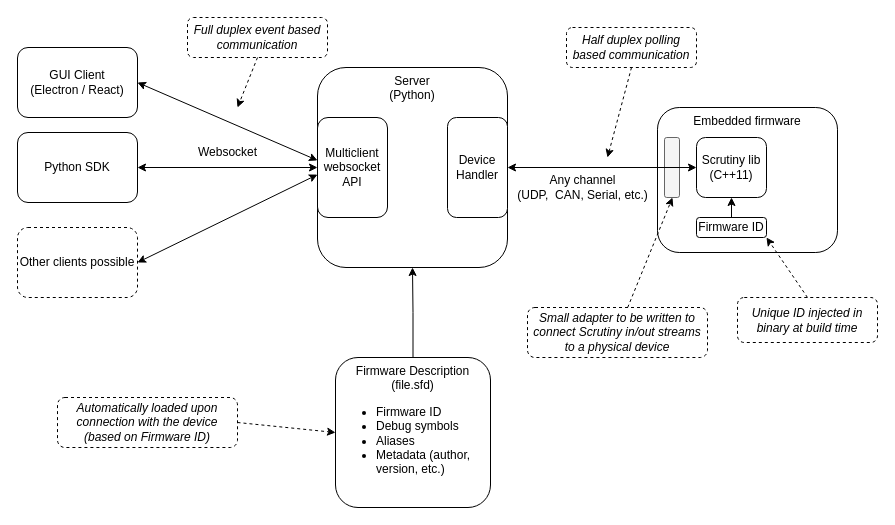
Before: assets/drawio/global_achitecture.drawio in scrutinydebugger/scrutiny-website, a draw.io diagram. Source tidied: cells renumbered, new cells numbered last; positions are measured from the earlier drawing's top-left corner, leaving out a move shared by most shapes. Both pictures are drawn from the tidied source at 100%, with x=0, y=0 at pixel (17, 17).
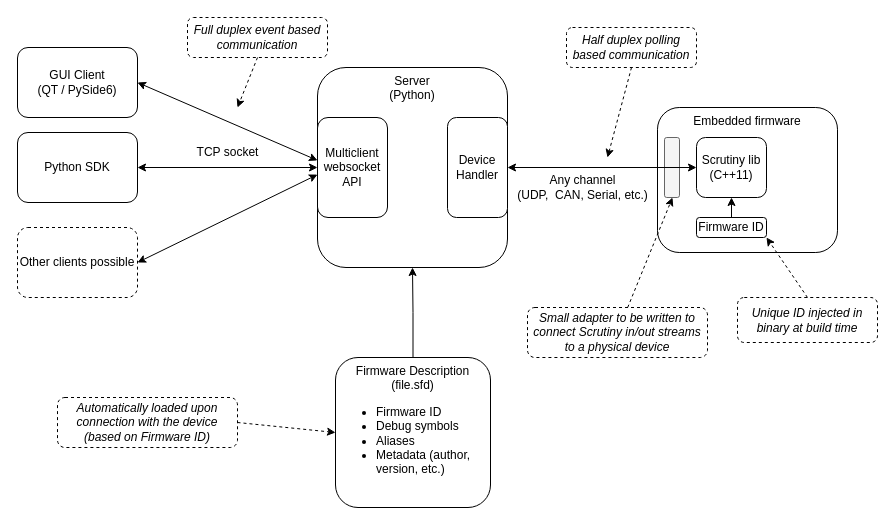
Above is the later version.

Commit message (it also covers changes not shown here):
Updated the global_architecture

Diff of the diagram source:
```diff
@@
-    <mxCell id="5" value="&lt;div&gt;GUI Client&lt;br&gt;(Electron / React)&lt;br&gt;&lt;/div&gt;" style="rounded=1;whiteSpace=wrap;html=1;" parent="1" vertex="1">
+    <mxCell id="5" value="&lt;div&gt;GUI Client&lt;br&gt;(QT / PySide6)&lt;br&gt;&lt;/div&gt;" style="rounded=1;whiteSpace=wrap;html=1;" parent="1" vertex="1">
       <mxGeometry y="30" width="120" height="70" as="geometry" />
     </mxCell>
@@
-    <mxCell id="15" value="Websocket" style="text;html=1;align=center;verticalAlign=middle;strokeColor=none;fillColor=none;" parent="1" vertex="1">
-      <mxGeometry x="170" y="120" width="80" height="30" as="geometry" />
+    <mxCell id="15" value="TCP socket" style="text;html=1;align=center;verticalAlign=middle;strokeColor=none;fillColor=none;" parent="1" vertex="1">
+      <mxGeometry x="165" y="120" width="90" height="30" as="geometry" />
     </mxCell>
```
